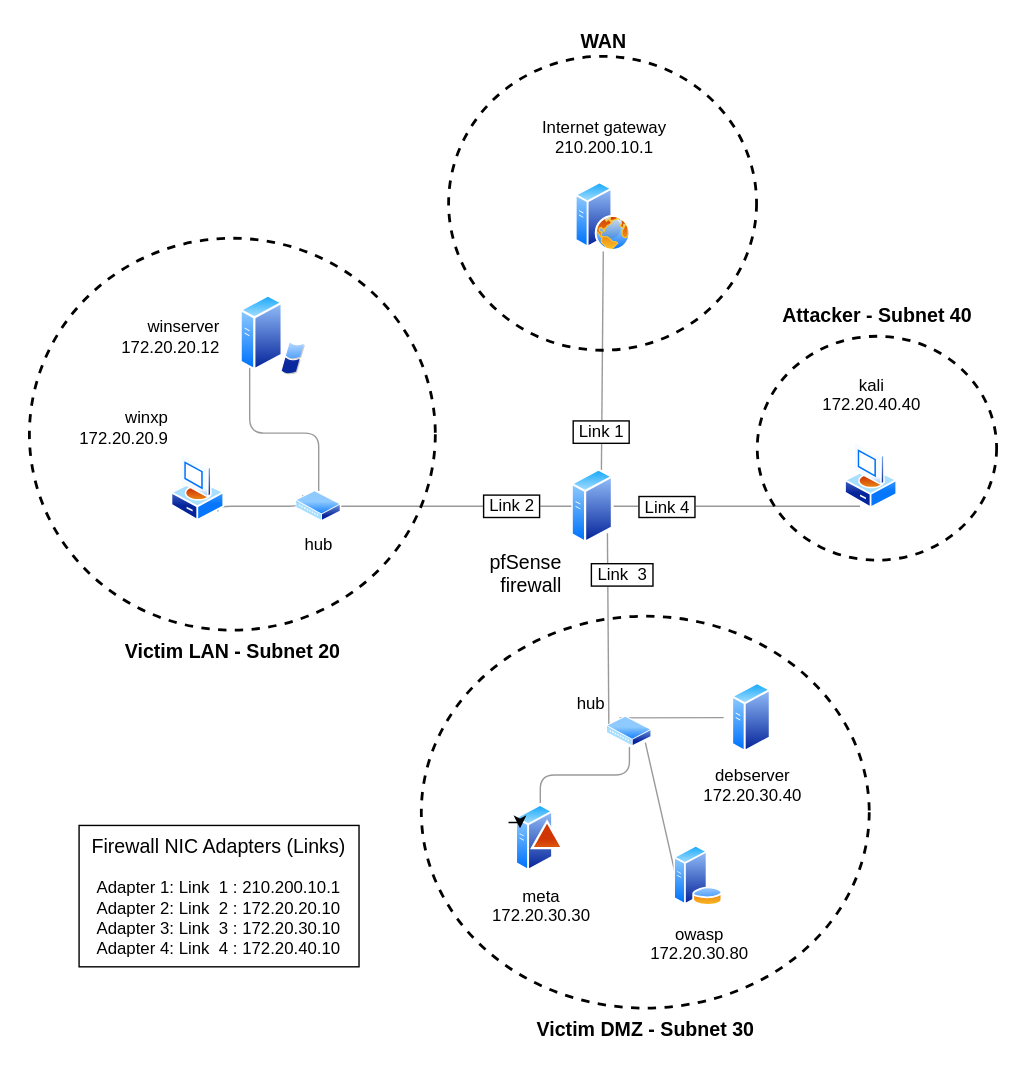
The draw.io diagram Illustrations/CyberLab Overview Light.drawio.svg in TryHackMeNow/CyberLab, before a commit. Source tidied: cells renumbered, new cells last; positions are measured from the earlier drawing's top-left corner, leaving out a move shared by most shapes.
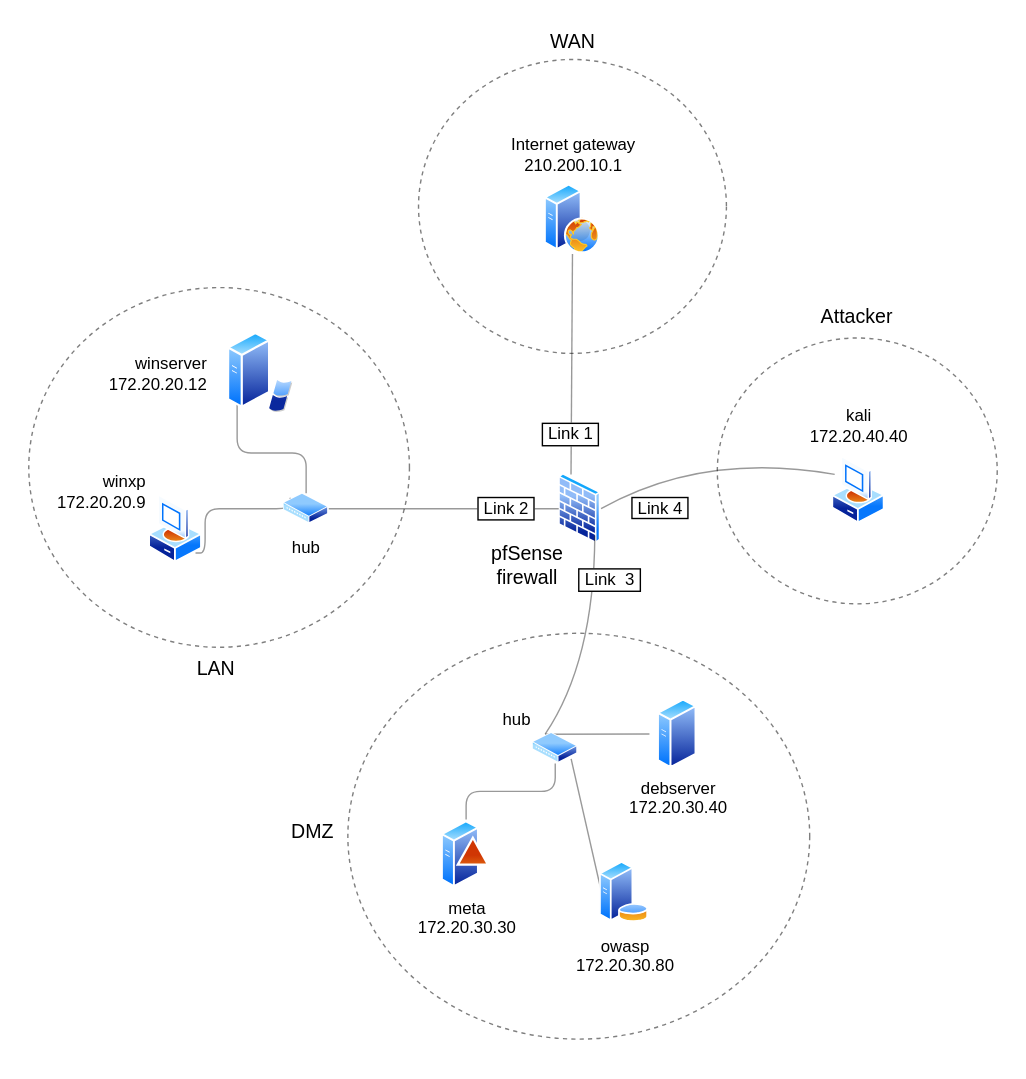
After the commit.

The edit, as a diff of the source:
```diff
@@ -2,44 +2,44 @@
   <root>
     <mxCell id="0" />
     <mxCell id="1" parent="0" />
-    <mxCell id="2" value="Attacker - Subnet 40" style="ellipse;whiteSpace=wrap;html=1;fillColor=none;strokeWidth=2;labelPosition=center;verticalLabelPosition=top;align=center;verticalAlign=bottom;fontSize=14;fontStyle=1;dashed=1;strokeColor=light-dark(#000000,#FFF2CC);fontColor=light-dark(#000000,#FFF2CC);spacingTop=-1;spacingBottom=4;" parent="1" vertex="1">
-      <mxGeometry x="520" y="200" width="171" height="160" as="geometry" />
+    <mxCell id="2" value="Attacker" style="ellipse;whiteSpace=wrap;html=1;fillColor=none;strokeWidth=1;labelPosition=center;verticalLabelPosition=top;align=center;verticalAlign=bottom;fontSize=14;fontStyle=0;dashed=1;strokeColor=light-dark(#000000,#FFF2CC);fontColor=light-dark(#000000,#FFF2CC);spacingTop=-1;spacingBottom=4;opacity=50;" parent="1" vertex="1">
+      <mxGeometry x="500" y="199" width="200" height="190" as="geometry" />
     </mxCell>
-    <mxCell id="3" value="WAN" style="ellipse;whiteSpace=wrap;html=1;fillColor=none;strokeWidth=2;labelPosition=center;verticalLabelPosition=top;align=center;verticalAlign=bottom;fontSize=14;fontStyle=1;dashed=1;strokeColor=light-dark(#000000,#FFF2CC);fontColor=light-dark(#000000,#FFF2CC);" parent="1" vertex="1">
-      <mxGeometry x="299.5" width="220" height="210" as="geometry" />
+    <mxCell id="3" value="WAN" style="ellipse;whiteSpace=wrap;html=1;fillColor=none;strokeWidth=1;labelPosition=center;verticalLabelPosition=top;align=center;verticalAlign=bottom;fontSize=14;fontStyle=0;dashed=1;strokeColor=light-dark(#000000,#FFF2CC);fontColor=light-dark(#000000,#FFF2CC);opacity=50;spacingBottom=2;" parent="1" vertex="1">
+      <mxGeometry x="286.5" width="220" height="210" as="geometry" />
     </mxCell>
-    <mxCell id="4" value="Victim DMZ - Subnet 30" style="ellipse;whiteSpace=wrap;html=1;fillColor=none;strokeWidth=2;labelPosition=center;verticalLabelPosition=bottom;align=center;verticalAlign=top;fontSize=14;fontStyle=1;dashed=1;strokeColor=light-dark(#000000,#FFF2CC);fontColor=light-dark(#000000,#FFF2CC);labelBorderColor=none;spacingTop=0;spacingBottom=7;" parent="1" vertex="1">
-      <mxGeometry x="280" y="400" width="320" height="280" as="geometry" />
+    <mxCell id="4" value="DMZ&amp;nbsp;&amp;nbsp;" style="ellipse;whiteSpace=wrap;html=1;fillColor=none;strokeWidth=1;labelPosition=left;verticalLabelPosition=middle;align=right;verticalAlign=middle;fontSize=14;fontStyle=0;dashed=1;strokeColor=light-dark(#000000,#FFF2CC);fontColor=light-dark(#000000,#FFF2CC);labelBorderColor=none;spacingTop=0;spacingBottom=7;spacing=2;opacity=50;" parent="1" vertex="1">
+      <mxGeometry x="236" y="410" width="330" height="290" as="geometry" />
     </mxCell>
-    <mxCell id="5" value="Victim LAN - Subnet 20" style="ellipse;whiteSpace=wrap;html=1;fillColor=none;strokeWidth=2;labelPosition=center;verticalLabelPosition=bottom;align=center;verticalAlign=top;fontSize=14;fontStyle=1;dashed=1;strokeColor=light-dark(#000000,#FFF2CC);fontColor=light-dark(#000000,#FFF2CC);" parent="1" vertex="1">
-      <mxGeometry y="130" width="290" height="280" as="geometry" />
+    <mxCell id="5" value="LAN&amp;nbsp;" style="ellipse;whiteSpace=wrap;html=1;fillColor=none;strokeWidth=1;labelPosition=center;verticalLabelPosition=bottom;align=center;verticalAlign=top;fontSize=14;fontStyle=0;dashed=1;strokeColor=light-dark(#000000,#FFF2CC);fontColor=light-dark(#000000,#FFF2CC);opacity=50;" parent="1" vertex="1">
+      <mxGeometry x="8" y="163" width="272" height="257" as="geometry" />
     </mxCell>
-    <mxCell id="6" value="Internet gateway&lt;div&gt;210.200.10.1&lt;br&gt;&lt;br&gt;&lt;/div&gt;" style="html=1;align=center;shadow=0;dashed=0;spacingTop=3;image=img/lib/active_directory/web_server.svg;labelPosition=center;verticalLabelPosition=top;verticalAlign=bottom;labelBackgroundColor=none;fontColor=light-dark(#000000,#FFFFFF);fontSize=12;shape=image;perimeter=ellipsePerimeter;" parent="1" vertex="1">
-      <mxGeometry x="370" y="89.2" width="79" height="49.8" as="geometry" />
+    <mxCell id="6" value="Internet gateway&lt;div&gt;210.200.10.1&lt;br&gt;&lt;/div&gt;" style="html=1;align=center;shadow=0;dashed=0;spacingTop=0;image=img/lib/active_directory/web_server.svg;labelPosition=center;verticalLabelPosition=top;verticalAlign=bottom;labelBackgroundColor=none;fontColor=light-dark(#000000,#FFFFFF);fontSize=12;shape=image;perimeter=ellipsePerimeter;spacingBottom=4;" parent="1" vertex="1">
+      <mxGeometry x="357" y="89.2" width="79" height="49.8" as="geometry" />
     </mxCell>
-    <mxCell id="7" value="&lt;span&gt;&amp;nbsp;Link 1&amp;nbsp;&lt;/span&gt;" style="rounded=0;jettySize=auto;html=1;exitX=0.75;exitY=0;exitDx=0;exitDy=0;endArrow=none;endFill=0;curved=1;opacity=40;fontSize=12;labelBorderColor=light-dark(#000000,#FFB366);spacingLeft=-1;sourcePerimeterSpacing=0;startSize=6;spacingTop=100;entryX=0.5;entryY=1;entryDx=0;entryDy=0;" parent="1" edge="1" source="8" target="6">
+    <mxCell id="7" value="&lt;span&gt;&amp;nbsp;Link 1&amp;nbsp;&lt;/span&gt;" style="rounded=0;jettySize=auto;html=1;exitX=0.25;exitY=0;exitDx=0;exitDy=0;endArrow=none;endFill=0;curved=1;opacity=40;fontSize=12;labelBorderColor=light-dark(#000000,#FFB366);spacingLeft=-1;sourcePerimeterSpacing=0;startSize=6;spacingTop=100;entryX=0.5;entryY=1;entryDx=0;entryDy=0;" parent="1" edge="1" source="8" target="6">
       <mxGeometry relative="1" as="geometry" />
     </mxCell>
-    <mxCell id="8" value="pfSense&lt;br&gt;firewall" style="image;perimeter=ellipsePerimeter;html=1;align=right;shadow=0;dashed=0;spacingTop=2;image=img/lib/active_directory/generic_server.svg;fontSize=14;labelPosition=left;verticalLabelPosition=bottom;verticalAlign=top;spacingLeft=0;spacingRight=10;spacingBottom=0;spacing=-2;labelBackgroundColor=none;" parent="1" vertex="1">
+    <mxCell id="8" value="pfSense&lt;br&gt;firewall" style="html=1;align=center;shadow=0;dashed=0;spacingTop=-6;image=img/lib/active_directory/firewall.svg;fontSize=14;labelPosition=left;verticalLabelPosition=bottom;verticalAlign=top;spacingLeft=0;spacingRight=15;spacingBottom=0;spacing=-2;labelBackgroundColor=default;shape=image;perimeter=ellipsePerimeter;" parent="1" vertex="1">
       <mxGeometry x="386.7" y="294" width="30.2" height="54" as="geometry" />
     </mxCell>
     <mxCell id="9" style="edgeStyle=orthogonalEdgeStyle;rounded=0;jettySize=auto;html=1;exitX=0;exitY=0.5;exitDx=0;exitDy=0;entryX=0.25;entryY=0;entryDx=0;entryDy=0;endArrow=none;endFill=0;curved=1;opacity=40;" parent="1" edge="1" source="10" target="22">
       <mxGeometry relative="1" as="geometry" />
     </mxCell>
-    <mxCell id="10" value="debserver&lt;div&gt;172.20.30.40&lt;/div&gt;" style="html=1;align=center;shadow=0;dashed=0;spacingTop=3;image=img/lib/active_directory/generic_server.svg;shape=image;labelBackgroundColor=none;verticalAlign=top;verticalLabelPosition=bottom;perimeter=ellipsePerimeter;" parent="1" vertex="1">
-      <mxGeometry x="495.5" y="447" width="40" height="50" as="geometry" />
+    <mxCell id="10" value="debserver&lt;div&gt;172.20.30.40&lt;/div&gt;" style="html=1;align=center;shadow=0;dashed=0;spacingTop=0;image=img/lib/active_directory/generic_server.svg;shape=image;labelBackgroundColor=none;verticalAlign=top;verticalLabelPosition=bottom;perimeter=ellipsePerimeter;" parent="1" vertex="1">
+      <mxGeometry x="451.5" y="457" width="40" height="50" as="geometry" />
     </mxCell>
     <mxCell id="11" style="rounded=0;jettySize=auto;html=1;exitX=0;exitY=1;exitDx=0;exitDy=0;entryX=1;entryY=1;entryDx=0;entryDy=0;endArrow=none;endFill=0;opacity=40;" parent="1" edge="1" source="12" target="22">
       <mxGeometry relative="1" as="geometry" />
     </mxCell>
-    <mxCell id="12" value="owasp&lt;div&gt;172.20.30.80&lt;/div&gt;" style="html=1;align=center;shadow=0;dashed=0;spacingTop=3;image=img/lib/active_directory/database_server.svg;shape=image;labelBackgroundColor=none;verticalAlign=top;verticalLabelPosition=bottom;perimeter=ellipsePerimeter;" parent="1" vertex="1">
-      <mxGeometry x="460" y="560" width="35" height="50" as="geometry" />
+    <mxCell id="12" value="owasp&lt;div&gt;172.20.30.80&lt;/div&gt;" style="html=1;align=center;shadow=0;dashed=0;spacingTop=0;image=img/lib/active_directory/database_server.svg;shape=image;labelBackgroundColor=none;verticalAlign=top;verticalLabelPosition=bottom;perimeter=ellipsePerimeter;" parent="1" vertex="1">
+      <mxGeometry x="416" y="570" width="35" height="50" as="geometry" />
     </mxCell>
     <mxCell id="13" style="edgeStyle=orthogonalEdgeStyle;rounded=1;jettySize=auto;html=1;exitX=0.5;exitY=0;exitDx=0;exitDy=0;entryX=0.5;entryY=1;entryDx=0;entryDy=0;endArrow=none;endFill=0;curved=0;opacity=40;" parent="1" edge="1" source="14" target="22">
       <mxGeometry relative="1" as="geometry" />
     </mxCell>
-    <mxCell id="14" value="meta&lt;div&gt;172.20.30.30&lt;/div&gt;" style="html=1;align=center;shadow=0;dashed=0;spacingTop=3;image=img/lib/active_directory/domain_controller.svg;shape=image;labelBackgroundColor=none;verticalAlign=top;verticalLabelPosition=bottom;perimeter=ellipsePerimeter;" parent="1" vertex="1">
-      <mxGeometry x="347" y="533" width="35" height="50" as="geometry" />
+    <mxCell id="14" value="meta&lt;div&gt;172.20.30.30&lt;/div&gt;" style="html=1;align=center;shadow=0;dashed=0;spacingTop=0;image=img/lib/active_directory/domain_controller.svg;shape=image;labelBackgroundColor=none;verticalAlign=top;verticalLabelPosition=bottom;perimeter=ellipsePerimeter;" parent="1" vertex="1">
+      <mxGeometry x="303" y="543" width="35" height="50" as="geometry" />
     </mxCell>
     <mxCell id="15" style="edgeStyle=orthogonalEdgeStyle;rounded=1;jettySize=auto;html=1;exitX=1;exitY=1;exitDx=0;exitDy=0;entryX=0;entryY=0;entryDx=0;entryDy=0;curved=0;endArrow=none;endFill=0;opacity=40;" parent="1" edge="1" source="16" target="23">
       <mxGeometry relative="1" as="geometry">
@@ -49,49 +49,47 @@
         </Array>
       </mxGeometry>
     </mxCell>
-    <mxCell id="16" value="winxp&lt;div&gt;172.20.20.9&lt;/div&gt;" style="html=1;align=right;shadow=0;dashed=0;spacingTop=3;image=img/lib/active_directory/vista_client.svg;shape=image;labelBackgroundColor=none;verticalAlign=bottom;verticalLabelPosition=top;perimeter=ellipsePerimeter;labelPosition=left;" parent="1" vertex="1">
-      <mxGeometry x="100" y="282" width="40" height="50" as="geometry" />
+    <mxCell id="16" value="winxp&lt;div&gt;172.20.20.9&lt;/div&gt;" style="html=1;align=right;shadow=0;dashed=0;spacingTop=0;image=img/lib/active_directory/vista_client.svg;shape=image;labelBackgroundColor=none;verticalAlign=bottom;verticalLabelPosition=top;perimeter=ellipsePerimeter;labelPosition=left;spacingBottom=-16;" parent="1" vertex="1">
+      <mxGeometry x="93" y="310" width="40" height="50" as="geometry" />
     </mxCell>
     <mxCell id="17" style="edgeStyle=orthogonalEdgeStyle;rounded=1;jettySize=auto;html=1;exitX=0;exitY=1;exitDx=0;exitDy=0;entryX=0.5;entryY=0;entryDx=0;entryDy=0;endArrow=none;endFill=0;curved=0;opacity=40;" parent="1" edge="1" source="18" target="23">
       <mxGeometry relative="1" as="geometry" />
     </mxCell>
     <mxCell id="18" value="winserver&amp;nbsp; &amp;nbsp;&amp;nbsp;&lt;div&gt;172.20.20.12&amp;nbsp; &amp;nbsp;&amp;nbsp;&lt;/div&gt;" style="html=1;align=right;shadow=0;dashed=0;spacingTop=3;image=img/lib/active_directory/windows_server_2.svg;shape=image;labelBackgroundColor=none;verticalAlign=middle;verticalLabelPosition=middle;perimeter=ellipsePerimeter;labelPosition=left;" parent="1" vertex="1">
-      <mxGeometry x="150" y="170" width="47" height="57.3" as="geometry" />
+      <mxGeometry x="150" y="195" width="47" height="57.3" as="geometry" />
     </mxCell>
-    <mxCell id="19" value="&amp;nbsp;Link 4&amp;nbsp;" style="rounded=0;jettySize=auto;html=1;entryX=1;entryY=0.5;entryDx=0;entryDy=0;endArrow=none;endFill=0;opacity=40;exitX=0.25;exitY=1;exitDx=0;exitDy=0;fontSize=12;labelPosition=center;verticalLabelPosition=top;align=center;verticalAlign=bottom;labelBorderColor=light-dark(#000000,#FFB366);textShadow=0;sourcePerimeterSpacing=0;spacingTop=0;spacingLeft=-100;spacingBottom=-11;labelBackgroundColor=default;" parent="1" edge="1" source="20">
+    <mxCell id="19" value="&amp;nbsp;Link 4&amp;nbsp;" style="rounded=0;jettySize=auto;html=1;entryX=1;entryY=0.5;entryDx=0;entryDy=0;endArrow=none;endFill=0;opacity=40;exitX=0;exitY=0.25;exitDx=0;exitDy=0;fontSize=12;labelPosition=center;verticalLabelPosition=top;align=center;verticalAlign=bottom;labelBorderColor=light-dark(#000000,#FFB366);textShadow=0;sourcePerimeterSpacing=0;spacingTop=0;spacingLeft=-72;spacingBottom=-50;labelBackgroundColor=default;curved=1;" parent="1" edge="1" source="20">
       <mxGeometry relative="1" as="geometry">
         <mxPoint x="416.9" y="321" as="targetPoint" />
+        <Array as="points">
+          <mxPoint x="490" y="280" />
+        </Array>
       </mxGeometry>
     </mxCell>
-    <mxCell id="20" value="kali&lt;div&gt;172.20.40.40&lt;br&gt;&lt;br&gt;&lt;/div&gt;" style="image;perimeter=ellipsePerimeter;html=1;align=center;shadow=0;dashed=0;spacingTop=3;image=img/lib/active_directory/vista_client.svg;labelPosition=center;verticalLabelPosition=top;verticalAlign=bottom;labelBackgroundColor=none;" parent="1" vertex="1">
-      <mxGeometry x="582" y="273.3" width="38" height="50" as="geometry" />
+    <mxCell id="20" value="kali&lt;div&gt;172.20.40.40&lt;br&gt;&lt;/div&gt;" style="image;perimeter=ellipsePerimeter;html=1;align=center;shadow=0;dashed=0;spacingTop=0;image=img/lib/active_directory/vista_client.svg;labelPosition=center;verticalLabelPosition=top;verticalAlign=bottom;labelBackgroundColor=none;spacingBottom=3;" parent="1" vertex="1">
+      <mxGeometry x="582" y="282.3" width="38" height="50" as="geometry" />
     </mxCell>
-    <mxCell id="21" value="&amp;nbsp;Link&amp;nbsp; 3&amp;nbsp;" style="rounded=1;jettySize=auto;html=1;exitX=0;exitY=0.25;exitDx=0;exitDy=0;endArrow=none;endFill=0;opacity=40;entryX=1;entryY=1;entryDx=0;entryDy=0;fontSize=12;labelBorderColor=light-dark(#000000,#FFB366);spacingLeft=21;spacingBottom=77;" parent="1" edge="1" source="22" target="8">
-      <mxGeometry relative="1" as="geometry" />
+    <mxCell id="21" value="&amp;nbsp;Link&amp;nbsp; 3&amp;nbsp;" style="rounded=0;jettySize=auto;html=1;exitX=0.25;exitY=0;exitDx=0;exitDy=0;endArrow=none;endFill=0;opacity=40;entryX=1;entryY=1;entryDx=0;entryDy=0;fontSize=12;labelBorderColor=light-dark(#000000,#FFB366);spacingLeft=21;spacingBottom=87;curved=1;" parent="1" edge="1" source="22" target="8">
+      <mxGeometry relative="1" as="geometry">
+        <Array as="points">
+          <mxPoint x="412" y="430" />
+        </Array>
+      </mxGeometry>
     </mxCell>
     <mxCell id="22" value="hub" style="image;perimeter=ellipsePerimeter;html=1;align=right;shadow=0;dashed=0;spacingTop=3;image=img/lib/active_directory/wiring_hub.svg;labelPosition=left;verticalLabelPosition=top;verticalAlign=bottom;" parent="1" vertex="1">
-      <mxGeometry x="412" y="471" width="32.4" height="22" as="geometry" />
+      <mxGeometry x="368" y="481" width="32.4" height="22" as="geometry" />
     </mxCell>
     <mxCell id="23" value="hub" style="image;perimeter=ellipsePerimeter;html=1;align=center;shadow=0;dashed=0;spacingTop=3;image=img/lib/active_directory/wiring_hub.svg;" parent="1" vertex="1">
       <mxGeometry x="190" y="310" width="32.4" height="22" as="geometry" />
     </mxCell>
-    <mxCell id="24" value="&amp;nbsp;Link 2&amp;nbsp;" style="edgeStyle=orthogonalEdgeStyle;rounded=0;jettySize=auto;html=1;exitX=1;exitY=0.5;exitDx=0;exitDy=0;endArrow=none;endFill=0;entryX=0;entryY=0.5;entryDx=0;entryDy=0;opacity=40;fontSize=12;labelBorderColor=light-dark(#000000,#FFB366);spacingLeft=80;" parent="1" edge="1" source="23" target="8">
+    <mxCell id="24" value="&amp;nbsp;Link 2&amp;nbsp;" style="edgeStyle=orthogonalEdgeStyle;rounded=0;jettySize=auto;html=1;exitX=1;exitY=0.5;exitDx=0;exitDy=0;endArrow=none;endFill=0;entryX=0;entryY=0.5;entryDx=0;entryDy=0;opacity=40;fontSize=12;labelBorderColor=light-dark(#000000,#FFB366);spacingLeft=90;" parent="1" edge="1" source="23" target="8">
       <mxGeometry relative="1" as="geometry" />
     </mxCell>
     <mxCell id="25" style="edgeStyle=orthogonalEdgeStyle;rounded=0;orthogonalLoop=1;jettySize=auto;html=1;exitX=0.5;exitY=1;exitDx=0;exitDy=0;" parent="1" edge="1" source="3" target="3">
       <mxGeometry relative="1" as="geometry" />
     </mxCell>
-    <mxCell id="26" value="&lt;font style=&quot;font-size: 14px;&quot;&gt;Firewall NIC Adapters (Links)&lt;/font&gt;&lt;br&gt;&lt;div&gt;&lt;br&gt;&lt;/div&gt;&lt;div&gt;Adapter 1: Link&amp;nbsp; 1 : 210.200.10.1&lt;br&gt;Adapter 2: Link&amp;nbsp; 2 : 172.20.20.10&lt;/div&gt;&lt;div&gt;Adapter 3: Link&amp;nbsp; 3 : 172.20.30.10&lt;br&gt;Adapter 4: Link&amp;nbsp; 4 : 172.20.40.10&lt;/div&gt;" style="text;html=1;whiteSpace=wrap;strokeColor=light-dark(#000000,#FFB366);fillColor=none;align=center;verticalAlign=middle;rounded=0;labelPosition=center;verticalLabelPosition=middle;perimeterSpacing=2;labelBorderColor=none;" parent="1" vertex="1">
-      <mxGeometry x="35" y="549" width="200" height="101" as="geometry" />
-    </mxCell>
     <mxCell id="27" style="edgeStyle=orthogonalEdgeStyle;rounded=0;orthogonalLoop=1;jettySize=auto;html=1;exitX=0.5;exitY=1;exitDx=0;exitDy=0;" parent="1" edge="1" source="4" target="4">
       <mxGeometry relative="1" as="geometry" />
     </mxCell>
-    <mxCell id="28" style="edgeStyle=orthogonalEdgeStyle;rounded=0;orthogonalLoop=1;jettySize=auto;html=1;exitX=0;exitY=0.25;exitDx=0;exitDy=0;entryX=0.286;entryY=0.36;entryDx=0;entryDy=0;entryPerimeter=0;" parent="1" edge="1">
-      <mxGeometry relative="1" as="geometry">
-        <mxPoint x="341.8" y="546.9" as="sourcePoint" />
-        <mxPoint x="350" y="551" as="targetPoint" />
-      </mxGeometry>
-    </mxCell>
   </root>
 </mxGraphModel>
```
